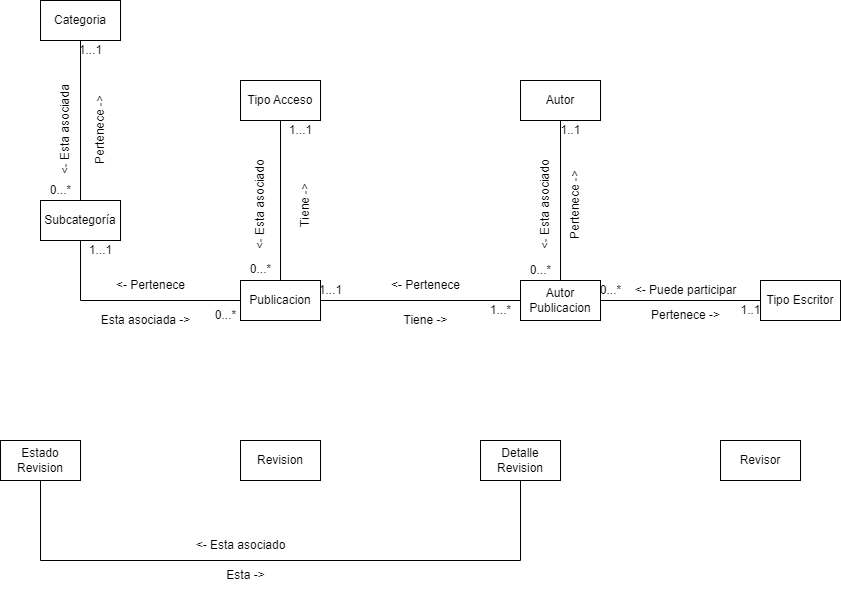
The draw.io diagram ModeloDeDominio.drawio.png in Seletex/DOO-Hola-Personal, before a commit. Source tidied: cells renumbered, new cells last; positions are measured from the earlier drawing's top-left corner, leaving out a move shared by most shapes.
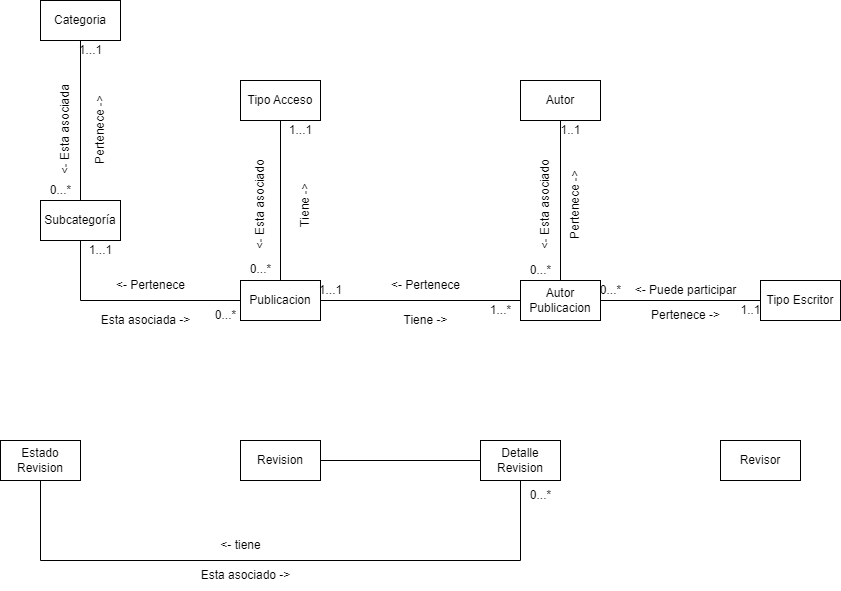
Later version of the same file.

The edit, as a diff of the source:
```diff
@@ -117,6 +117,9 @@
     <mxCell id="38" value="1..1" style="text;html=1;align=center;verticalAlign=middle;strokeColor=none;fillColor=none;" parent="1" vertex="1">
       <mxGeometry x="730" y="295" width="40" height="30" as="geometry" />
     </mxCell>
+    <mxCell id="46" style="edgeStyle=orthogonalEdgeStyle;rounded=0;jettySize=auto;html=1;endArrow=none;endFill=0;" parent="1" edge="1" source="39" target="42">
+      <mxGeometry relative="1" as="geometry" />
+    </mxCell>
     <mxCell id="39" value="Revision" style="rounded=0;whiteSpace=wrap;html=1;" parent="1" vertex="1">
       <mxGeometry x="240" y="440" width="80" height="40" as="geometry" />
     </mxCell>
@@ -137,11 +140,14 @@
     <mxCell id="43" value="Revisor" style="rounded=0;whiteSpace=wrap;html=1;" parent="1" vertex="1">
       <mxGeometry x="720" y="440" width="80" height="40" as="geometry" />
     </mxCell>
-    <mxCell id="44" value="&amp;lt;- Esta asociado" style="text;html=1;align=center;verticalAlign=middle;strokeColor=none;fillColor=none;rotation=0;" parent="1" vertex="1">
-      <mxGeometry x="185" y="530" width="110" height="30" as="geometry" />
+    <mxCell id="44" value="&amp;lt;- tiene" style="text;html=1;align=center;verticalAlign=middle;strokeColor=none;fillColor=none;rotation=0;" parent="1" vertex="1">
+      <mxGeometry x="210" y="530" width="60" height="30" as="geometry" />
     </mxCell>
-    <mxCell id="45" value="Esta -&amp;gt;" style="text;html=1;align=center;verticalAlign=middle;strokeColor=none;fillColor=none;rotation=0;" parent="1" vertex="1">
-      <mxGeometry x="215" y="560" width="60" height="30" as="geometry" />
+    <mxCell id="45" value="Esta asociado -&amp;gt;" style="text;html=1;align=center;verticalAlign=middle;strokeColor=none;fillColor=none;rotation=0;" parent="1" vertex="1">
+      <mxGeometry x="190" y="560" width="110" height="30" as="geometry" />
     </mxCell>
+    <mxCell id="47" value="0...*" style="text;html=1;align=center;verticalAlign=middle;strokeColor=none;fillColor=none;" parent="1" vertex="1">
+      <mxGeometry x="520" y="480" width="40" height="30" as="geometry" />
+    </mxCell>
   </root>
 </mxGraphModel>
```
